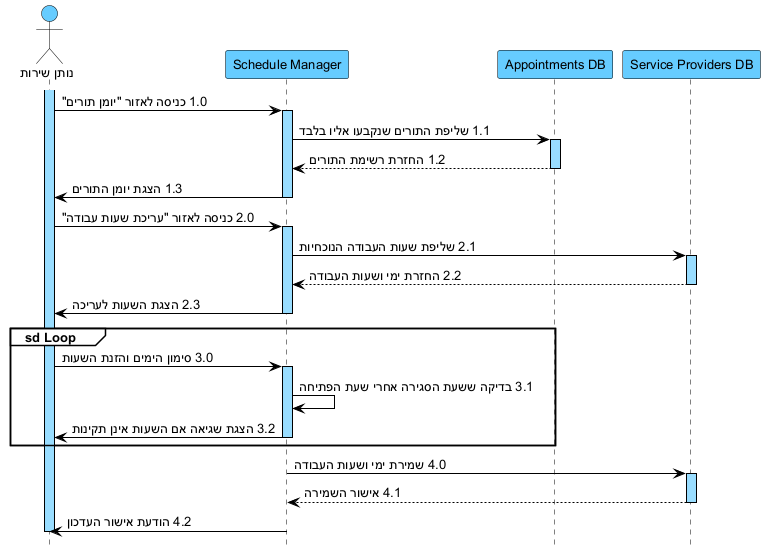
This is docs/diagrams/png/09-seq-suc09-יומן-ושעות.png from arielkaplan20/GOLDEN_HAIR_SALOAN, a PlantUML export, as it was before one commit.
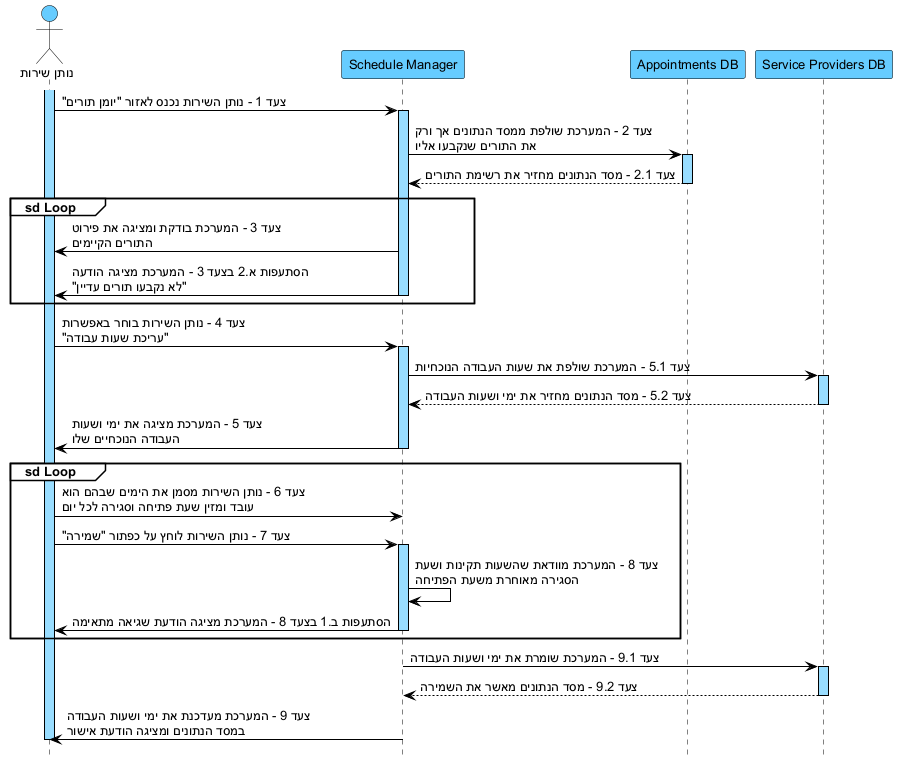
Above is the later version.

The edit, as a diff of the source:
```diff
@@ -25,38 +25,43 @@
 participant "Service Providers DB" as SDB
 
 activate B
-B -> SCM : 1.0 כניסה לאזור "יומן תורים"
+B -> SCM : צעד 1 - נותן השירות נכנס לאזור "יומן תורים"
 activate SCM
-SCM -> ADB : 1.1 שליפת התורים שנקבעו אליו בלבד
+SCM -> ADB : צעד 2 - המערכת שולפת ממסד הנתונים אך ורק\nאת התורים שנקבעו אליו
 activate ADB
-ADB --> SCM : 1.2 החזרת רשימת התורים
+ADB --> SCM : צעד 2.1 - מסד הנתונים מחזיר את רשימת התורים
 deactivate ADB
-SCM -> B : 1.3 הצגת יומן התורים
+
+group sd Loop
+SCM -> B : צעד 3 - המערכת בודקת ומציגה את פירוט\nהתורים הקיימים
+SCM -> B : הסתעפות א.2 בצעד 3 - המערכת מציגה הודעה\n"לא נקבעו תורים עדיין"
 deactivate SCM
+end
 
-B -> SCM : 2.0 כניסה לאזור "עריכת שעות עבודה"
+B -> SCM : צעד 4 - נותן השירות בוחר באפשרות\n"עריכת שעות עבודה"
 activate SCM
-SCM -> SDB : 2.1 שליפת שעות העבודה הנוכחיות
+SCM -> SDB : צעד 5.1 - המערכת שולפת את שעות העבודה הנוכחיות
 activate SDB
-SDB --> SCM : 2.2 החזרת ימי ושעות העבודה
+SDB --> SCM : צעד 5.2 - מסד הנתונים מחזיר את ימי ושעות העבודה
 deactivate SDB
-SCM -> B : 2.3 הצגת השעות לעריכה
+SCM -> B : צעד 5 - המערכת מציגה את ימי ושעות\nהעבודה הנוכחיים שלו
 deactivate SCM
 
 group sd Loop
-B -> SCM : 3.0 סימון הימים והזנת השעות
+B -> SCM : צעד 6 - נותן השירות מסמן את הימים שבהם הוא\nעובד ומזין שעת פתיחה וסגירה לכל יום
+B -> SCM : צעד 7 - נותן השירות לוחץ על כפתור "שמירה"
 activate SCM
-SCM -> SCM : 3.1 בדיקה ששעת הסגירה אחרי שעת הפתיחה
-SCM -> B : 3.2 הצגת שגיאה אם השעות אינן תקינות
+SCM -> SCM : צעד 8 - המערכת מוודאת שהשעות תקינות ושעת\nהסגירה מאוחרת משעת הפתיחה
+SCM -> B : הסתעפות ב.1 בצעד 8 - המערכת מציגה הודעת שגיאה מתאימה
 deactivate SCM
 end
 
 activate SCM
-SCM -> SDB : 4.0 שמירת ימי ושעות העבודה
+SCM -> SDB : צעד 9.1 - המערכת שומרת את ימי ושעות העבודה
 activate SDB
-SDB --> SCM : 4.1 אישור השמירה
+SDB --> SCM : צעד 9.2 - מסד הנתונים מאשר את השמירה
 deactivate SDB
-SCM -> B : 4.2 הודעת אישור העדכון
+SCM -> B : צעד 9 - המערכת מעדכנת את ימי ושעות העבודה\nבמסד הנתונים ומציגה הודעת אישור
 deactivate SCM
 deactivate B
 @enduml
```
